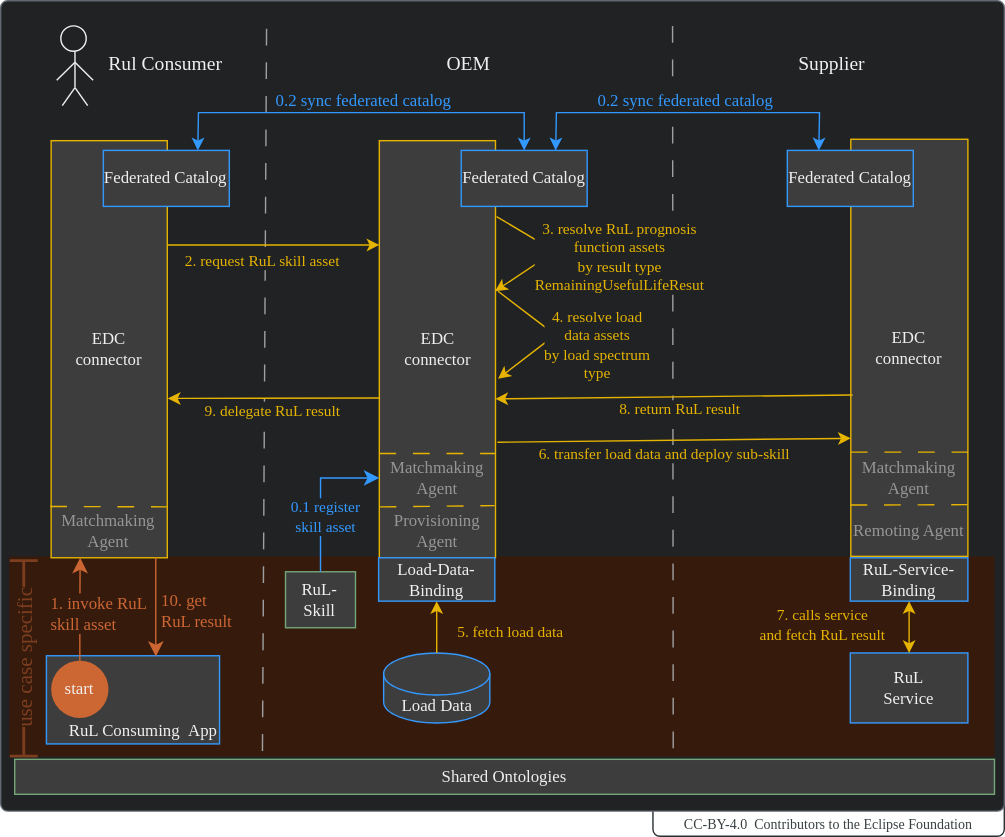
Above: docs-kits/kits/behaviour-twin-kit/use-cases/rul/adoption-view/assets/business-process.drawio.svg in catenax-ng/eclipse-tractusx.github.io (draw.io), before the change. Source tidied: cells renumbered, new cells last; positions are measured from the earlier drawing's top-left corner, leaving out a move shared by most shapes.
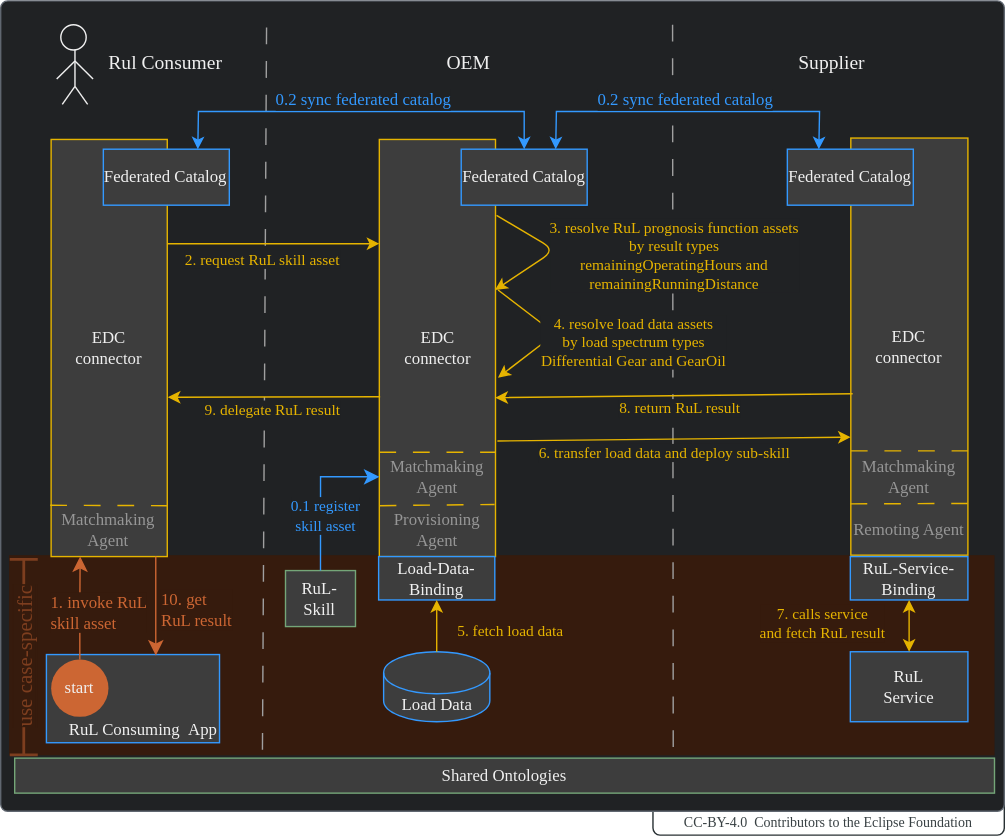
Above is the later version.

The edit, as a diff of the source:
```diff
@@ -6,7 +6,7 @@
       <mxGeometry x="519" y="569" width="251" height="28" as="geometry" />
     </mxCell>
     <mxCell id="3" style="rounded=1;whiteSpace=wrap;html=1;fillColor=#202224;strokeColor=#606770;arcSize=10;absoluteArcSize=1;imageWidth=25;fillStyle=solid;fontFamily=Manrope;" parent="1" vertex="1">
-      <mxGeometry x="53" width="717" height="579" as="geometry" />
+      <mxGeometry x="53" y="1" width="717" height="579" as="geometry" />
     </mxCell>
     <mxCell id="4" style="rounded=0;whiteSpace=wrap;html=1;strokeColor=none;fillColor=#361B0D;fillStyle=solid;fontColor=#F0F0F0;fontFamily=Manrope;" parent="1" vertex="1">
       <mxGeometry x="59" y="397" width="704" height="143" as="geometry" />
@@ -152,7 +152,7 @@
     <mxCell id="38" value="&lt;font style=&quot;font-size: 12px;&quot; face=&quot;Manrope&quot;&gt;RuL-&lt;br&gt;Skill&lt;br&gt;&lt;/font&gt;" style="rounded=0;whiteSpace=wrap;html=1;strokeColor=#74A678;fillColor=#3D3D3D;fillStyle=solid;fontColor=#F0F0F0;fontFamily=Manrope;" parent="1" vertex="1">
       <mxGeometry x="256.5" y="408" width="50" height="40" as="geometry" />
     </mxCell>
-    <mxCell id="39" value="&lt;font face=&quot;Manrope&quot; color=&quot;#7d3e1f&quot; style=&quot;background-color: rgb(54, 27, 13); font-size: 15px;&quot;&gt;&amp;nbsp;use case specific&amp;nbsp;&lt;/font&gt;" style="shape=crossbar;whiteSpace=wrap;html=1;rounded=1;labelBackgroundColor=#361B0D;strokeColor=#7D3E1F;fontColor=#F0F0F0;fillColor=#69341A;rotation=-90;strokeWidth=2;fontFamily=Manrope;" parent="1" vertex="1">
+    <mxCell id="39" value="&lt;font face=&quot;Manrope&quot; color=&quot;#7d3e1f&quot; style=&quot;background-color: rgb(54, 27, 13); font-size: 15px;&quot;&gt;&amp;nbsp;use case-specific&amp;nbsp;&lt;/font&gt;" style="shape=crossbar;whiteSpace=wrap;html=1;rounded=1;labelBackgroundColor=#361B0D;strokeColor=#7D3E1F;fontColor=#F0F0F0;fillColor=#69341A;rotation=-90;strokeWidth=2;fontFamily=Manrope;" parent="1" vertex="1">
       <mxGeometry x="-0.4" y="459.9" width="139.7" height="20" as="geometry" />
     </mxCell>
     <mxCell id="40" style="endArrow=classic;html=1;fontColor=#E6B400;exitX=1.009;exitY=0.182;exitDx=0;exitDy=0;entryX=0.996;entryY=0.361;entryDx=0;entryDy=0;strokeColor=#E6B400;entryPerimeter=0;exitPerimeter=0;fontFamily=Manrope;" parent="1" edge="1" source="11" target="11">
@@ -162,9 +162,9 @@
         </Array>
       </mxGeometry>
     </mxCell>
-    <mxCell id="41" value="&lt;font face=&quot;Manrope&quot;&gt;3. resolve RuL prognosis&lt;br&gt;function assets&lt;br&gt;by&amp;nbsp;result type&lt;br&gt;RemainingUsefulLifeResut&lt;/font&gt;" style="edgeLabel;html=1;align=center;verticalAlign=middle;labelBackgroundColor=#202224;fontColor=#E6B400;fontFamily=Manrope;" parent="40" vertex="1">
+    <mxCell id="41" value="&lt;font face=&quot;Manrope&quot;&gt;3. resolve RuL prognosis function assets&lt;br&gt;by&amp;nbsp;result types&lt;br&gt;remainingOperatingHours and&lt;br&gt;remainingRunningDistance&lt;br&gt;&lt;/font&gt;" style="edgeLabel;html=1;align=center;verticalAlign=middle;labelBackgroundColor=#202224;fontColor=#E6B400;fontFamily=Manrope;" parent="40" vertex="1">
       <mxGeometry x="0.35" relative="1" as="geometry">
-        <mxPoint x="61" y="-7" as="offset" />
+        <mxPoint x="100" y="-7" as="offset" />
       </mxGeometry>
     </mxCell>
     <mxCell id="42" style="endArrow=classic;html=1;fontColor=#E6B400;strokeColor=#E6B400;entryX=1.022;entryY=0.571;entryDx=0;entryDy=0;entryPerimeter=0;exitX=1.022;exitY=0.361;exitDx=0;exitDy=0;exitPerimeter=0;fontFamily=Manrope;" parent="1" edge="1" source="11" target="11">
@@ -174,9 +174,9 @@
         </Array>
       </mxGeometry>
     </mxCell>
-    <mxCell id="43" value="&lt;font face=&quot;Manrope&quot;&gt;4. resolve load&lt;br&gt;data assets&lt;br&gt;by load spectrum &lt;br&gt;type&lt;br&gt;&lt;/font&gt;" style="edgeLabel;html=1;align=center;verticalAlign=middle;labelBackgroundColor=#202224;fontColor=#E6B400;fontFamily=Manrope;" parent="42" vertex="1">
+    <mxCell id="43" value="&lt;font face=&quot;Manrope&quot;&gt;4. resolve load data assets&lt;br&gt;by load spectrum types&lt;br&gt;Differential Gear and GearOil&lt;br&gt;&lt;/font&gt;" style="edgeLabel;html=1;align=center;verticalAlign=middle;labelBackgroundColor=#202224;fontColor=#E6B400;fontFamily=Manrope;" parent="42" vertex="1">
       <mxGeometry x="0.35" relative="1" as="geometry">
-        <mxPoint x="43" y="-4" as="offset" />
+        <mxPoint x="69" y="-5" as="offset" />
       </mxGeometry>
     </mxCell>
     <mxCell id="44" value="&lt;font face=&quot;Manrope&quot;&gt;7. calls service&lt;br&gt;and fetch RuL result&lt;/font&gt;" style="edgeLabel;html=1;align=center;verticalAlign=middle;fontColor=#E6B400;labelBackgroundColor=#361B0D;fontFamily=Manrope;" parent="1" vertex="1">
```
